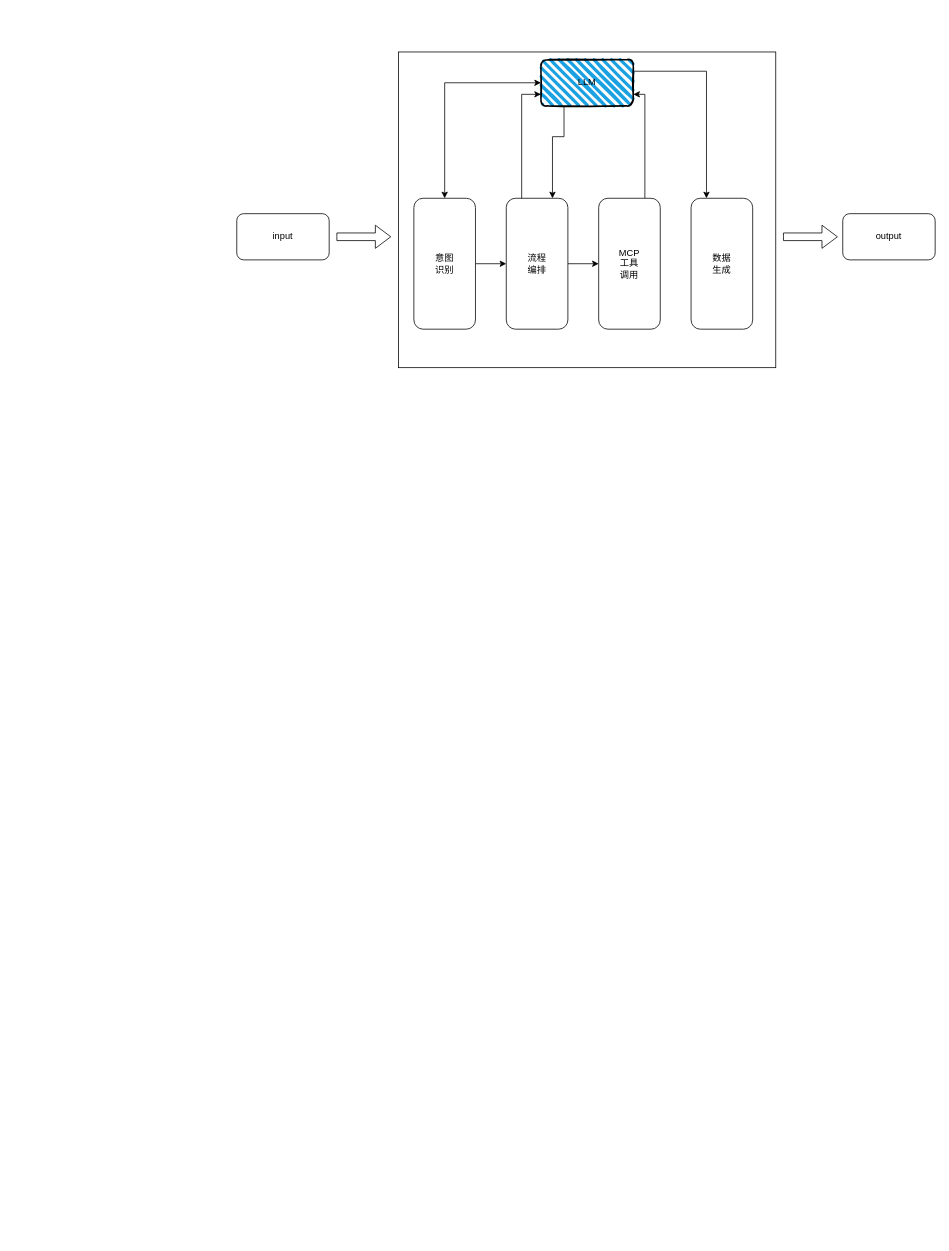
Before: dustin_llm.drawio in Orakky/dustin, a draw.io diagram. Source tidied: cells renumbered, new cells numbered last; positions are measured from the earlier drawing's top-left corner, leaving out a move shared by most shapes. Both pictures are drawn from the tidied source at 77%, with x=0, y=0 at pixel (236, 52).
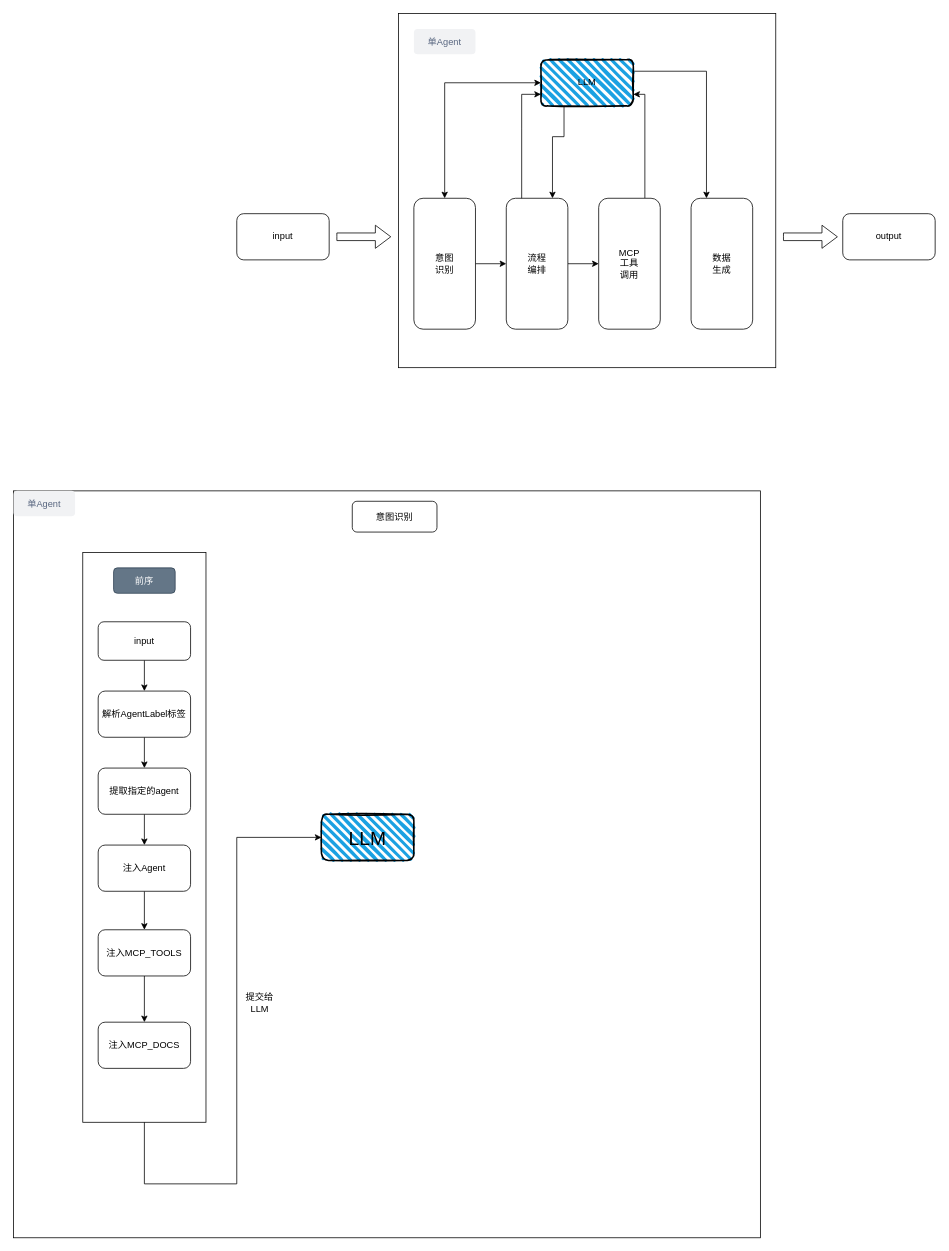
The same page after the edit.

Diff of the diagram source:
```diff
@@
     <mxCell id="3" style="rounded=0;whiteSpace=wrap;html=1;" parent="1" vertex="1">
-      <mxGeometry x="210" width="490" height="410" as="geometry" />
+      <mxGeometry x="210" y="-50" width="490" height="460" as="geometry" />
     </mxCell>
@@
+    <mxCell id="19" value="单Agent" style="rounded=1;align=center;fillColor=#F1F2F4;strokeColor=none;html=1;whiteSpace=wrap;fontColor=#596780;fontSize=12;" parent="1" vertex="1">
+      <mxGeometry x="230" y="-30" width="80" height="33" as="geometry" />
+    </mxCell>
+    <mxCell id="20" style="whiteSpace=wrap;html=1;" parent="1" vertex="1">
+      <mxGeometry x="-290" y="570" width="970" height="970" as="geometry" />
+    </mxCell>
+    <mxCell id="21" style="rounded=0;whiteSpace=wrap;html=1;" parent="1" vertex="1">
+      <mxGeometry x="-200" y="650" width="160" height="740" as="geometry" />
+    </mxCell>
+    <mxCell id="22" value="意图识别" style="rounded=1;whiteSpace=wrap;html=1;" parent="1" vertex="1">
+      <mxGeometry x="150" y="583.5" width="110" height="40" as="geometry" />
+    </mxCell>
+    <mxCell id="23" style="edgeStyle=orthogonalEdgeStyle;rounded=0;jettySize=auto;html=1;" parent="1" edge="1" source="24" target="26">
+      <mxGeometry relative="1" as="geometry" />
+    </mxCell>
+    <mxCell id="24" value="input" style="rounded=1;whiteSpace=wrap;html=1;" parent="1" vertex="1">
+      <mxGeometry x="-180" y="740" width="120" height="50" as="geometry" />
+    </mxCell>
+    <mxCell id="25" style="edgeStyle=orthogonalEdgeStyle;rounded=0;jettySize=auto;html=1;" parent="1" edge="1" source="26" target="28">
+      <mxGeometry relative="1" as="geometry" />
+    </mxCell>
+    <mxCell id="26" value="解析AgentLabel标签" style="whiteSpace=wrap;html=1;rounded=1;" parent="1" vertex="1">
+      <mxGeometry x="-180" y="830" width="120" height="60" as="geometry" />
+    </mxCell>
+    <mxCell id="27" style="edgeStyle=orthogonalEdgeStyle;rounded=0;jettySize=auto;html=1;" parent="1" edge="1" source="28" target="31">
+      <mxGeometry relative="1" as="geometry" />
+    </mxCell>
+    <mxCell id="28" value="提取指定的agent" style="whiteSpace=wrap;html=1;rounded=1;" parent="1" vertex="1">
+      <mxGeometry x="-180" y="930" width="120" height="60" as="geometry" />
+    </mxCell>
+    <mxCell id="29" value="单Agent" style="rounded=1;align=center;fillColor=#F1F2F4;strokeColor=none;html=1;whiteSpace=wrap;fontColor=#596780;fontSize=12;" parent="1" vertex="1">
+      <mxGeometry x="-290" y="570" width="80" height="33" as="geometry" />
+    </mxCell>
+    <mxCell id="30" style="edgeStyle=orthogonalEdgeStyle;rounded=0;jettySize=auto;html=1;" parent="1" edge="1" source="31" target="33">
+      <mxGeometry relative="1" as="geometry" />
+    </mxCell>
+    <mxCell id="31" value="注入Agent" style="whiteSpace=wrap;html=1;rounded=1;" parent="1" vertex="1">
+      <mxGeometry x="-180" y="1030" width="120" height="60" as="geometry" />
+    </mxCell>
+    <mxCell id="32" style="edgeStyle=orthogonalEdgeStyle;rounded=0;jettySize=auto;html=1;" parent="1" edge="1" source="33" target="35">
+      <mxGeometry relative="1" as="geometry" />
+    </mxCell>
+    <mxCell id="33" value="注入MCP_TOOLS" style="whiteSpace=wrap;html=1;rounded=1;" parent="1" vertex="1">
+      <mxGeometry x="-180" y="1140" width="120" height="60" as="geometry" />
+    </mxCell>
+    <mxCell id="34" value="前序" style="rounded=1;align=center;fillColor=#647687;strokeColor=#314354;html=1;whiteSpace=wrap;fontColor=#ffffff;fontSize=12;" parent="1" vertex="1">
+      <mxGeometry x="-160" y="670" width="80" height="33" as="geometry" />
+    </mxCell>
+    <mxCell id="35" value="注入MCP_DOCS" style="whiteSpace=wrap;html=1;rounded=1;" parent="1" vertex="1">
+      <mxGeometry x="-180" y="1260" width="120" height="60" as="geometry" />
+    </mxCell>
+    <mxCell id="36" value="LLM" style="rounded=1;whiteSpace=wrap;html=1;strokeWidth=2;fillWeight=4;hachureGap=8;hachureAngle=45;fillColor=#1ba1e2;sketch=1;fontSize=25;" parent="1" vertex="1">
+      <mxGeometry x="110" y="990" width="120" height="60" as="geometry" />
+    </mxCell>
+    <mxCell id="37" style="endArrow=classic;html=1;rounded=0;entryX=0;entryY=0.5;entryDx=0;entryDy=0;" parent="1" edge="1" target="36">
+      <mxGeometry relative="1" as="geometry">
+        <mxPoint x="-120" y="1390" as="sourcePoint" />
+        <Array as="points">
+          <mxPoint x="-120" y="1470" />
+          <mxPoint y="1470" />
+          <mxPoint y="1020" />
+        </Array>
+      </mxGeometry>
+    </mxCell>
+    <mxCell id="38" value="提交给LLM" style="text;html=1;whiteSpace=wrap;strokeColor=none;fillColor=none;align=center;verticalAlign=middle;rounded=0;" parent="1" vertex="1">
+      <mxGeometry y="1180" width="60" height="110" as="geometry" />
+    </mxCell>
```
